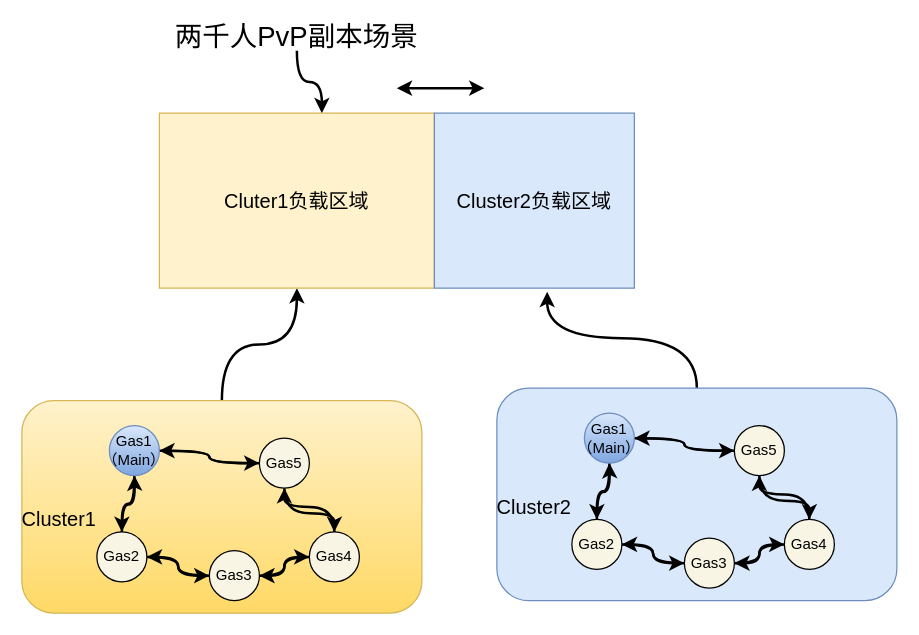
This is page "Page-14" (14 of 17) of img/Untitled Diagram.drawio from lixiang-share/jiuguang-blob, a draw.io file, before an edit. Source tidied: cells renumbered, new cells numbered last; positions are measured from the earlier drawing's top-left corner, leaving out a move shared by most shapes. Both pictures are drawn from the tidied source at 125%, with x=0, y=0 at pixel (21, 25).
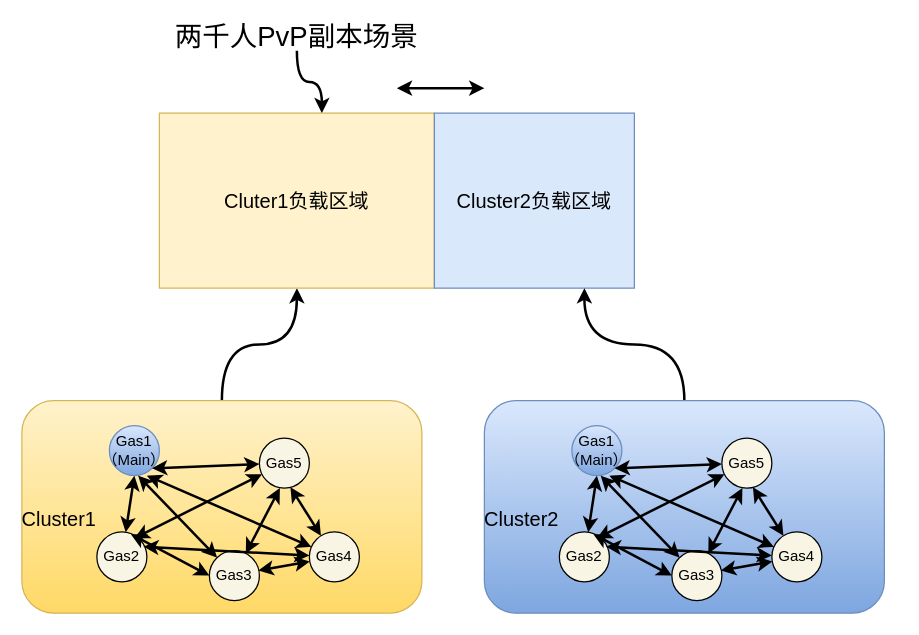
After the change.

The change refers to these unchanged cells:
```xml
<mxCell id="6" value="Gas1&lt;br&gt;（Main）" style="ellipse;whiteSpace=wrap;html=1;fillColor=#dae8fc;gradientColor=#7ea6e0;strokeColor=#6c8ebf;" parent="1" vertex="1">
  <mxGeometry x="70" y="320" width="40" height="40" as="geometry" />
</mxCell>
<mxCell id="9" value="Gas5" style="ellipse;whiteSpace=wrap;html=1;fillColor=#F8F5E4;" parent="1" vertex="1">
  <mxGeometry x="190" y="330" width="40" height="40" as="geometry" />
</mxCell>
<mxCell id="12" value="Gas2" style="ellipse;whiteSpace=wrap;html=1;fillColor=#F8F5E4;" parent="1" vertex="1">
  <mxGeometry x="60" y="405" width="40" height="40" as="geometry" />
</mxCell>
<mxCell id="15" value="Gas4" style="ellipse;whiteSpace=wrap;html=1;fillColor=#F8F5E4;" parent="1" vertex="1">
  <mxGeometry x="230" y="405" width="40" height="40" as="geometry" />
</mxCell>
<mxCell id="18" value="Gas3" style="ellipse;whiteSpace=wrap;html=1;fillColor=#F8F5E4;" parent="1" vertex="1">
  <mxGeometry x="150" y="420" width="40" height="40" as="geometry" />
</mxCell>
<mxCell id="39" value="Cluster2负载区域" style="rounded=0;whiteSpace=wrap;html=1;fillColor=#dae8fc;fontSize=16;strokeColor=#6c8ebf;" parent="1" vertex="1">
  <mxGeometry x="330" y="70" width="160" height="140" as="geometry" />
</mxCell>
```

What changed in the source:
```diff
@@
-    <mxCell id="4" style="rounded=0;jettySize=auto;html=1;strokeWidth=2;fontSize=16;edgeStyle=orthogonalEdgeStyle;curved=1;" parent="1" edge="1" source="6" target="12">
-      <mxGeometry relative="1" as="geometry" />
-    </mxCell>
-    <mxCell id="5" style="edgeStyle=orthogonalEdgeStyle;curved=1;rounded=0;jettySize=auto;html=1;entryX=0;entryY=0.5;entryDx=0;entryDy=0;strokeWidth=2;fontSize=16;" parent="1" edge="1" source="6" target="9">
-      <mxGeometry relative="1" as="geometry" />
-    </mxCell>
@@
-    <mxCell id="7" style="edgeStyle=orthogonalEdgeStyle;curved=1;rounded=0;jettySize=auto;html=1;entryX=0.5;entryY=0;entryDx=0;entryDy=0;strokeWidth=2;fontSize=16;" parent="1" edge="1" source="9" target="15">
-      <mxGeometry relative="1" as="geometry" />
-    </mxCell>
-    <mxCell id="8" style="edgeStyle=orthogonalEdgeStyle;curved=1;rounded=0;jettySize=auto;html=1;entryX=1;entryY=0.5;entryDx=0;entryDy=0;strokeWidth=2;fontSize=16;" parent="1" edge="1" source="9" target="6">
-      <mxGeometry relative="1" as="geometry" />
-    </mxCell>
@@
-    <mxCell id="10" style="edgeStyle=orthogonalEdgeStyle;curved=1;rounded=0;jettySize=auto;html=1;entryX=0;entryY=0.5;entryDx=0;entryDy=0;strokeWidth=2;fontSize=16;" parent="1" edge="1" source="12" target="18">
-      <mxGeometry relative="1" as="geometry" />
-    </mxCell>
-    <mxCell id="11" style="edgeStyle=orthogonalEdgeStyle;curved=1;rounded=0;jettySize=auto;html=1;strokeWidth=2;fontSize=16;" parent="1" edge="1" source="12">
-      <mxGeometry relative="1" as="geometry">
-        <mxPoint x="90" y="360" as="targetPoint" />
-      </mxGeometry>
-    </mxCell>
@@
-    <mxCell id="13" style="edgeStyle=orthogonalEdgeStyle;curved=1;rounded=0;jettySize=auto;html=1;strokeWidth=2;fontSize=16;entryX=1;entryY=0.5;entryDx=0;entryDy=0;" parent="1" edge="1" source="15" target="18">
-      <mxGeometry relative="1" as="geometry" />
-    </mxCell>
-    <mxCell id="14" style="edgeStyle=orthogonalEdgeStyle;curved=1;rounded=0;jettySize=auto;html=1;strokeWidth=2;fontSize=16;" parent="1" edge="1" source="15" target="9">
-      <mxGeometry relative="1" as="geometry" />
-    </mxCell>
@@
-    <mxCell id="16" style="edgeStyle=orthogonalEdgeStyle;curved=1;rounded=0;jettySize=auto;html=1;entryX=1;entryY=0.5;entryDx=0;entryDy=0;strokeWidth=2;fontSize=16;" parent="1" edge="1" source="18" target="12">
-      <mxGeometry relative="1" as="geometry" />
-    </mxCell>
-    <mxCell id="17" style="edgeStyle=orthogonalEdgeStyle;curved=1;rounded=0;jettySize=auto;html=1;strokeWidth=2;fontSize=16;entryX=0;entryY=0.5;entryDx=0;entryDy=0;" parent="1" edge="1" source="18" target="15">
-      <mxGeometry relative="1" as="geometry" />
-    </mxCell>
@@
-    <mxCell id="20" style="edgeStyle=orthogonalEdgeStyle;curved=1;rounded=0;jettySize=auto;html=1;entryX=0.564;entryY=1.021;entryDx=0;entryDy=0;entryPerimeter=0;strokeWidth=2;fontSize=16;" parent="1" edge="1" source="21" target="39">
-      <mxGeometry relative="1" as="geometry" />
-    </mxCell>
-    <mxCell id="21" style="rounded=1;whiteSpace=wrap;html=1;fillColor=#dae8fc;strokeColor=#6c8ebf;" parent="1" vertex="1">
-      <mxGeometry x="380" y="290" width="320" height="170" as="geometry" />
-    </mxCell>
-    <mxCell id="22" style="rounded=0;jettySize=auto;html=1;strokeWidth=2;fontSize=16;edgeStyle=orthogonalEdgeStyle;curved=1;" parent="1" edge="1" source="24" target="30">
-      <mxGeometry relative="1" as="geometry" />
-    </mxCell>
-    <mxCell id="23" style="edgeStyle=orthogonalEdgeStyle;curved=1;rounded=0;jettySize=auto;html=1;entryX=0;entryY=0.5;entryDx=0;entryDy=0;strokeWidth=2;fontSize=16;" parent="1" edge="1" source="24" target="27">
-      <mxGeometry relative="1" as="geometry" />
-    </mxCell>
-    <mxCell id="24" value="Gas1&lt;br&gt;（Main）" style="ellipse;whiteSpace=wrap;html=1;fillColor=#dae8fc;gradientColor=#7ea6e0;strokeColor=#6c8ebf;" parent="1" vertex="1">
-      <mxGeometry x="450" y="310" width="40" height="40" as="geometry" />
-    </mxCell>
-    <mxCell id="25" style="edgeStyle=orthogonalEdgeStyle;curved=1;rounded=0;jettySize=auto;html=1;entryX=0.5;entryY=0;entryDx=0;entryDy=0;strokeWidth=2;fontSize=16;" parent="1" edge="1" source="27" target="33">
-      <mxGeometry relative="1" as="geometry" />
-    </mxCell>
-    <mxCell id="26" style="edgeStyle=orthogonalEdgeStyle;curved=1;rounded=0;jettySize=auto;html=1;entryX=1;entryY=0.5;entryDx=0;entryDy=0;strokeWidth=2;fontSize=16;" parent="1" edge="1" source="27" target="24">
-      <mxGeometry relative="1" as="geometry" />
-    </mxCell>
-    <mxCell id="27" value="Gas5" style="ellipse;whiteSpace=wrap;html=1;fillColor=#F8F5E4;" parent="1" vertex="1">
-      <mxGeometry x="570" y="320" width="40" height="40" as="geometry" />
-    </mxCell>
-    <mxCell id="28" style="edgeStyle=orthogonalEdgeStyle;curved=1;rounded=0;jettySize=auto;html=1;entryX=0;entryY=0.5;entryDx=0;entryDy=0;strokeWidth=2;fontSize=16;" parent="1" edge="1" source="30" target="36">
-      <mxGeometry relative="1" as="geometry" />
-    </mxCell>
-    <mxCell id="29" style="edgeStyle=orthogonalEdgeStyle;curved=1;rounded=0;jettySize=auto;html=1;strokeWidth=2;fontSize=16;" parent="1" edge="1" source="30">
-      <mxGeometry relative="1" as="geometry">
-        <mxPoint x="470" y="350" as="targetPoint" />
-      </mxGeometry>
-    </mxCell>
-    <mxCell id="30" value="Gas2" style="ellipse;whiteSpace=wrap;html=1;fillColor=#F8F5E4;" parent="1" vertex="1">
-      <mxGeometry x="440" y="395" width="40" height="40" as="geometry" />
-    </mxCell>
-    <mxCell id="31" style="edgeStyle=orthogonalEdgeStyle;curved=1;rounded=0;jettySize=auto;html=1;strokeWidth=2;fontSize=16;entryX=1;entryY=0.5;entryDx=0;entryDy=0;" parent="1" edge="1" source="33" target="36">
-      <mxGeometry relative="1" as="geometry" />
-    </mxCell>
-    <mxCell id="32" style="edgeStyle=orthogonalEdgeStyle;curved=1;rounded=0;jettySize=auto;html=1;strokeWidth=2;fontSize=16;" parent="1" edge="1" source="33" target="27">
-      <mxGeometry relative="1" as="geometry" />
-    </mxCell>
-    <mxCell id="33" value="Gas4" style="ellipse;whiteSpace=wrap;html=1;fillColor=#F8F5E4;" parent="1" vertex="1">
-      <mxGeometry x="610" y="395" width="40" height="40" as="geometry" />
-    </mxCell>
-    <mxCell id="34" style="edgeStyle=orthogonalEdgeStyle;curved=1;rounded=0;jettySize=auto;html=1;entryX=1;entryY=0.5;entryDx=0;entryDy=0;strokeWidth=2;fontSize=16;" parent="1" edge="1" source="36" target="30">
-      <mxGeometry relative="1" as="geometry" />
-    </mxCell>
-    <mxCell id="35" style="edgeStyle=orthogonalEdgeStyle;curved=1;rounded=0;jettySize=auto;html=1;strokeWidth=2;fontSize=16;entryX=0;entryY=0.5;entryDx=0;entryDy=0;" parent="1" edge="1" source="36" target="33">
-      <mxGeometry relative="1" as="geometry" />
-    </mxCell>
-    <mxCell id="36" value="Gas3" style="ellipse;whiteSpace=wrap;html=1;fillColor=#F8F5E4;" parent="1" vertex="1">
-      <mxGeometry x="530" y="410" width="40" height="40" as="geometry" />
-    </mxCell>
-    <mxCell id="37" value="Cluster2" style="text;html=1;strokeColor=none;fillColor=none;align=center;verticalAlign=middle;whiteSpace=wrap;rounded=0;fontSize=16;" parent="1" vertex="1">
-      <mxGeometry x="390" y="375" width="40" height="20" as="geometry" />
-    </mxCell>
@@
+    <mxCell id="43" style="endArrow=classic;startArrow=classic;html=1;strokeWidth=2;fontSize=40;fontColor=none;" parent="1" edge="1" source="12">
+      <mxGeometry relative="1" as="geometry">
+        <mxPoint x="90" y="360" as="targetPoint" />
+      </mxGeometry>
+    </mxCell>
+    <mxCell id="44" style="endArrow=classic;startArrow=classic;html=1;strokeWidth=2;fontSize=40;fontColor=none;" parent="1" edge="1" source="18">
+      <mxGeometry relative="1" as="geometry">
+        <mxPoint x="93" y="360" as="targetPoint" />
+      </mxGeometry>
+    </mxCell>
+    <mxCell id="45" style="endArrow=classic;startArrow=classic;html=1;strokeWidth=2;fontSize=40;fontColor=none;entryX=0.75;entryY=1;entryDx=0;entryDy=0;entryPerimeter=0;" parent="1" edge="1" source="15" target="6">
+      <mxGeometry relative="1" as="geometry" />
+    </mxCell>
+    <mxCell id="8" style="endArrow=classic;startArrow=classic;html=1;strokeWidth=2;fontSize=40;fontColor=none;entryX=1;entryY=1;entryDx=0;entryDy=0;" parent="1" edge="1" source="9" target="6">
+      <mxGeometry relative="1" as="geometry" />
+    </mxCell>
+    <mxCell id="10" style="endArrow=classic;startArrow=classic;html=1;strokeWidth=2;fontSize=40;fontColor=none;entryX=0;entryY=0.5;entryDx=0;entryDy=0;exitX=0.68;exitY=0.045;exitDx=0;exitDy=0;exitPerimeter=0;" parent="1" edge="1" source="12" target="18">
+      <mxGeometry relative="1" as="geometry" />
+    </mxCell>
+    <mxCell id="46" style="endArrow=classic;startArrow=classic;html=1;strokeWidth=2;fontSize=40;fontColor=none;exitX=0.68;exitY=0.045;exitDx=0;exitDy=0;exitPerimeter=0;" parent="1" edge="1" target="15">
+      <mxGeometry relative="1" as="geometry">
+        <mxPoint x="97.2" y="416.8" as="sourcePoint" />
+      </mxGeometry>
+    </mxCell>
+    <mxCell id="47" style="endArrow=classic;startArrow=classic;html=1;strokeWidth=2;fontSize=40;fontColor=none;" parent="1" edge="1" target="9">
+      <mxGeometry relative="1" as="geometry">
+        <mxPoint x="90" y="410" as="sourcePoint" />
+      </mxGeometry>
+    </mxCell>
+    <mxCell id="13" style="endArrow=classic;startArrow=classic;html=1;strokeWidth=2;fontSize=40;fontColor=none;entryX=0.98;entryY=0.4;entryDx=0;entryDy=0;entryPerimeter=0;" parent="1" edge="1" source="15" target="18">
+      <mxGeometry relative="1" as="geometry" />
+    </mxCell>
+    <mxCell id="48" style="endArrow=classic;startArrow=classic;html=1;strokeWidth=2;fontSize=40;fontColor=none;exitX=0.41;exitY=1;exitDx=0;exitDy=0;exitPerimeter=0;" parent="1" edge="1" source="9" target="18">
+      <mxGeometry relative="1" as="geometry" />
+    </mxCell>
+    <mxCell id="7" style="endArrow=classic;startArrow=classic;html=1;strokeWidth=2;fontSize=40;fontColor=none;exitX=0.62;exitY=0.98;exitDx=0;exitDy=0;exitPerimeter=0;" parent="1" edge="1" source="9" target="15">
+      <mxGeometry relative="1" as="geometry" />
+    </mxCell>
+    <mxCell id="49" style="edgeStyle=orthogonalEdgeStyle;curved=1;rounded=0;jettySize=auto;html=1;entryX=0.75;entryY=1;entryDx=0;entryDy=0;strokeWidth=2;fontSize=40;fontColor=none;" parent="1" edge="1" source="50" target="39">
+      <mxGeometry relative="1" as="geometry" />
+    </mxCell>
+    <mxCell id="50" style="rounded=1;whiteSpace=wrap;html=1;fillColor=#dae8fc;gradientColor=#7ea6e0;strokeColor=#6c8ebf;" parent="1" vertex="1">
+      <mxGeometry x="370" y="300" width="320" height="170" as="geometry" />
+    </mxCell>
+    <mxCell id="24" value="Gas1&lt;br&gt;（Main）" style="ellipse;whiteSpace=wrap;html=1;fillColor=#dae8fc;gradientColor=#7ea6e0;strokeColor=#6c8ebf;" parent="1" vertex="1">
+      <mxGeometry x="440" y="320" width="40" height="40" as="geometry" />
+    </mxCell>
+    <mxCell id="27" value="Gas5" style="ellipse;whiteSpace=wrap;html=1;fillColor=#F8F5E4;" parent="1" vertex="1">
+      <mxGeometry x="560" y="330" width="40" height="40" as="geometry" />
+    </mxCell>
+    <mxCell id="30" value="Gas2" style="ellipse;whiteSpace=wrap;html=1;fillColor=#F8F5E4;" parent="1" vertex="1">
+      <mxGeometry x="430" y="405" width="40" height="40" as="geometry" />
+    </mxCell>
+    <mxCell id="33" value="Gas4" style="ellipse;whiteSpace=wrap;html=1;fillColor=#F8F5E4;" parent="1" vertex="1">
+      <mxGeometry x="600" y="405" width="40" height="40" as="geometry" />
+    </mxCell>
+    <mxCell id="36" value="Gas3" style="ellipse;whiteSpace=wrap;html=1;fillColor=#F8F5E4;" parent="1" vertex="1">
+      <mxGeometry x="520" y="420" width="40" height="40" as="geometry" />
+    </mxCell>
+    <mxCell id="37" value="Cluster2" style="text;html=1;strokeColor=none;fillColor=none;align=center;verticalAlign=middle;whiteSpace=wrap;rounded=0;fontSize=16;" parent="1" vertex="1">
+      <mxGeometry x="380" y="385" width="40" height="20" as="geometry" />
+    </mxCell>
+    <mxCell id="51" style="endArrow=classic;startArrow=classic;html=1;strokeWidth=2;fontSize=40;fontColor=none;" parent="1" edge="1" source="30">
+      <mxGeometry relative="1" as="geometry">
+        <mxPoint x="460" y="360" as="targetPoint" />
+      </mxGeometry>
+    </mxCell>
+    <mxCell id="52" style="endArrow=classic;startArrow=classic;html=1;strokeWidth=2;fontSize=40;fontColor=none;" parent="1" edge="1" source="36">
+      <mxGeometry relative="1" as="geometry">
+        <mxPoint x="463" y="360" as="targetPoint" />
+      </mxGeometry>
+    </mxCell>
+    <mxCell id="53" style="endArrow=classic;startArrow=classic;html=1;strokeWidth=2;fontSize=40;fontColor=none;entryX=0.75;entryY=1;entryDx=0;entryDy=0;entryPerimeter=0;" parent="1" edge="1" source="33" target="24">
+      <mxGeometry relative="1" as="geometry" />
+    </mxCell>
+    <mxCell id="26" style="endArrow=classic;startArrow=classic;html=1;strokeWidth=2;fontSize=40;fontColor=none;entryX=1;entryY=1;entryDx=0;entryDy=0;" parent="1" edge="1" source="27" target="24">
+      <mxGeometry relative="1" as="geometry" />
+    </mxCell>
+    <mxCell id="28" style="endArrow=classic;startArrow=classic;html=1;strokeWidth=2;fontSize=40;fontColor=none;entryX=0;entryY=0.5;entryDx=0;entryDy=0;exitX=0.68;exitY=0.045;exitDx=0;exitDy=0;exitPerimeter=0;" parent="1" edge="1" source="30" target="36">
+      <mxGeometry relative="1" as="geometry" />
+    </mxCell>
+    <mxCell id="54" style="endArrow=classic;startArrow=classic;html=1;strokeWidth=2;fontSize=40;fontColor=none;exitX=0.68;exitY=0.045;exitDx=0;exitDy=0;exitPerimeter=0;" parent="1" edge="1" target="33">
+      <mxGeometry relative="1" as="geometry">
+        <mxPoint x="467.2" y="416.8" as="sourcePoint" />
+      </mxGeometry>
+    </mxCell>
+    <mxCell id="55" style="endArrow=classic;startArrow=classic;html=1;strokeWidth=2;fontSize=40;fontColor=none;" parent="1" edge="1" target="27">
+      <mxGeometry relative="1" as="geometry">
+        <mxPoint x="460" y="410" as="sourcePoint" />
+      </mxGeometry>
+    </mxCell>
+    <mxCell id="31" style="endArrow=classic;startArrow=classic;html=1;strokeWidth=2;fontSize=40;fontColor=none;entryX=0.98;entryY=0.4;entryDx=0;entryDy=0;entryPerimeter=0;" parent="1" edge="1" source="33" target="36">
+      <mxGeometry relative="1" as="geometry" />
+    </mxCell>
+    <mxCell id="56" style="endArrow=classic;startArrow=classic;html=1;strokeWidth=2;fontSize=40;fontColor=none;exitX=0.41;exitY=1;exitDx=0;exitDy=0;exitPerimeter=0;" parent="1" edge="1" source="27" target="36">
+      <mxGeometry relative="1" as="geometry" />
+    </mxCell>
+    <mxCell id="25" style="endArrow=classic;startArrow=classic;html=1;strokeWidth=2;fontSize=40;fontColor=none;exitX=0.62;exitY=0.98;exitDx=0;exitDy=0;exitPerimeter=0;" parent="1" edge="1" source="27" target="33">
+      <mxGeometry relative="1" as="geometry" />
+    </mxCell>
```
